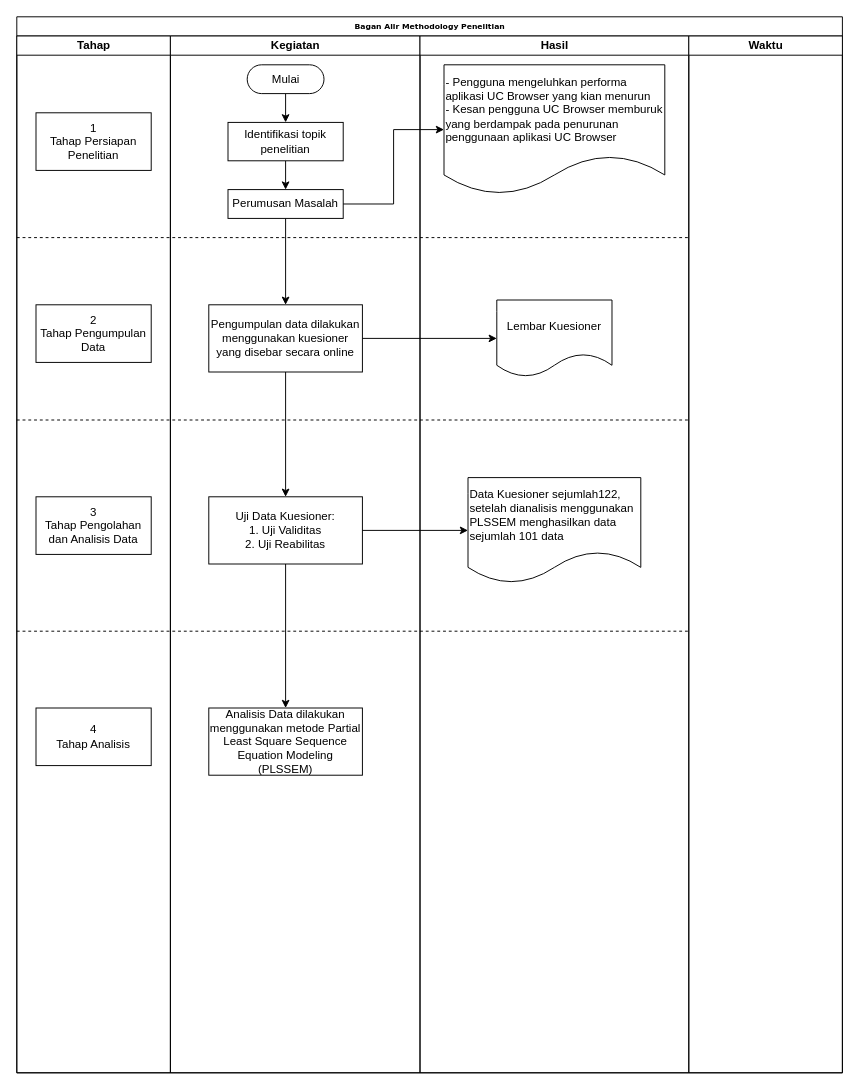
Before: Methodology Penelitian/Untitled Diagram.drawio in dikako/Kuliah, a draw.io diagram. Source tidied: cells renumbered, new cells numbered last; positions are measured from the earlier drawing's top-left corner, leaving out a move shared by most shapes. Both pictures are drawn from the tidied source at 96%, with x=0, y=0 at pixel (16, 16).
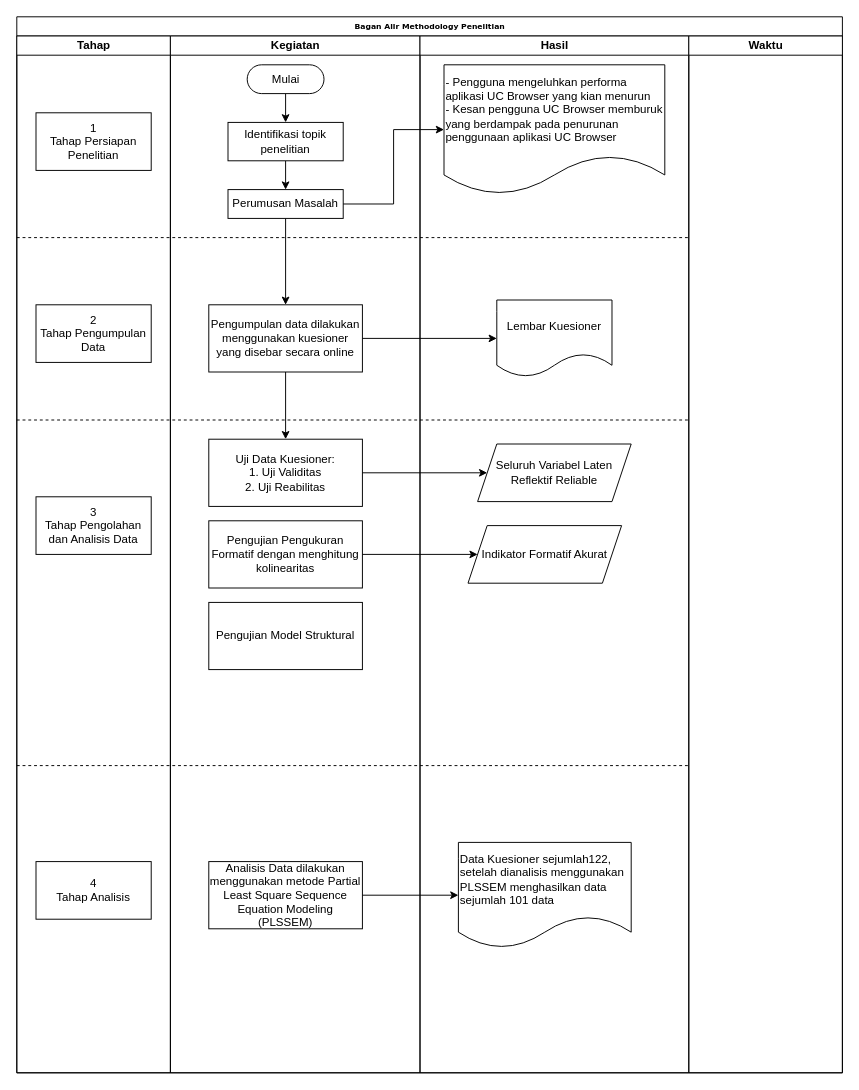
After the change.

Unchanged cells that the change refers to:
```xml
<mxCell id="2" value="Bagan Alir Methodology Penelitian" style="swimlane;html=1;startSize=20;rounded=0;shadow=0;labelBackgroundColor=none;strokeWidth=1;fontFamily=Verdana;fontSize=8;align=center;" parent="1" vertex="1">
  <mxGeometry width="860" height="1100" as="geometry" />
</mxCell>
<mxCell id="3" value="Tahap" style="swimlane;html=1;startSize=20;" parent="2" vertex="1">
  <mxGeometry y="20" width="160" height="1080" as="geometry" />
</mxCell>
<mxCell id="8" value="Kegiatan" style="swimlane;html=1;startSize=20;" parent="2" vertex="1">
  <mxGeometry x="160" y="20" width="260" height="1080" as="geometry" />
</mxCell>
<mxCell id="22" value="Hasil" style="swimlane;html=1;startSize=20;" parent="2" vertex="1">
  <mxGeometry x="420" y="20" width="280" height="1080" as="geometry" />
</mxCell>
```

The edit, as a diff of the source:
```diff
@@
     <mxCell id="7" value="4&lt;br&gt;Tahap Analisis" style="rounded=0;whiteSpace=wrap;html=1;" parent="3" vertex="1">
-      <mxGeometry x="20" y="700" width="120" height="60" as="geometry" />
+      <mxGeometry x="20" y="860" width="120" height="60" as="geometry" />
     </mxCell>
@@
     <mxCell id="18" value="Analisis Data dilakukan menggunakan metode Partial Least Square Sequence Equation Modeling (PLSSEM)" style="rounded=0;whiteSpace=wrap;html=1;" parent="8" vertex="1">
-      <mxGeometry x="40" y="700" width="160" height="70" as="geometry" />
+      <mxGeometry x="40" y="860" width="160" height="70" as="geometry" />
     </mxCell>
     <mxCell id="19" style="endArrow=none;dashed=1;html=1;" parent="8" edge="1">
       <mxGeometry relative="1" as="geometry">
-        <mxPoint x="-160" y="620" as="sourcePoint" />
-        <mxPoint x="540" y="620" as="targetPoint" />
+        <mxPoint x="-160" y="760" as="sourcePoint" />
+        <mxPoint x="540" y="760" as="targetPoint" />
       </mxGeometry>
     </mxCell>
-    <mxCell id="20" style="edgeStyle=orthogonalEdgeStyle;rounded=0;jettySize=auto;html=1;exitX=0.5;exitY=1;exitDx=0;exitDy=0;entryX=0.5;entryY=0;entryDx=0;entryDy=0;" parent="8" edge="1" source="21" target="18">
-      <mxGeometry relative="1" as="geometry" />
-    </mxCell>
     <mxCell id="21" value="Uji Data Kuesioner:&lt;br&gt;1. Uji Validitas&lt;br&gt;2. Uji Reabilitas" style="rounded=0;whiteSpace=wrap;html=1;" parent="8" vertex="1">
-      <mxGeometry x="40" y="480" width="160" height="70" as="geometry" />
+      <mxGeometry x="40" y="420" width="160" height="70" as="geometry" />
     </mxCell>
+    <mxCell id="31" value="Pengujian Pengukuran Formatif dengan menghitung kolinearitas" style="rounded=0;whiteSpace=wrap;html=1;" parent="8" vertex="1">
+      <mxGeometry x="40" y="505" width="160" height="70" as="geometry" />
+    </mxCell>
+    <mxCell id="32" value="Pengujian Model Struktural" style="rounded=0;whiteSpace=wrap;html=1;" parent="8" vertex="1">
+      <mxGeometry x="40" y="590" width="160" height="70" as="geometry" />
+    </mxCell>
+    <mxCell id="33" style="edgeStyle=orthogonalEdgeStyle;rounded=0;jettySize=auto;html=1;exitX=1;exitY=0.5;exitDx=0;exitDy=0;entryX=0;entryY=0.5;entryDx=0;entryDy=0;" parent="2" edge="1" source="18" target="25">
+      <mxGeometry relative="1" as="geometry" />
+    </mxCell>
@@
     <mxCell id="25" value="Data Kuesioner sejumlah122, setelah dianalisis menggunakan PLSSEM menghasilkan data sejumlah 101 data" style="shape=document;whiteSpace=wrap;html=1;boundedLbl=1;align=left;" parent="22" vertex="1">
-      <mxGeometry x="50" y="460" width="180" height="110" as="geometry" />
+      <mxGeometry x="40" y="840" width="180" height="110" as="geometry" />
     </mxCell>
+    <mxCell id="34" value="Seluruh Variabel Laten Reflektif Reliable" style="shape=parallelogram;perimeter=parallelogramPerimeter;whiteSpace=wrap;html=1;fixedSize=1;" parent="22" vertex="1">
+      <mxGeometry x="60" y="425" width="160" height="60" as="geometry" />
+    </mxCell>
+    <mxCell id="35" value="Indikator Formatif Akurat" style="shape=parallelogram;perimeter=parallelogramPerimeter;whiteSpace=wrap;html=1;fixedSize=1;" parent="22" vertex="1">
+      <mxGeometry x="50" y="510" width="160" height="60" as="geometry" />
+    </mxCell>
@@
-    <mxCell id="29" style="edgeStyle=orthogonalEdgeStyle;rounded=0;jettySize=auto;html=1;exitX=1;exitY=0.5;exitDx=0;exitDy=0;entryX=0;entryY=0.5;entryDx=0;entryDy=0;" parent="2" edge="1" source="21" target="25">
-      <mxGeometry relative="1" as="geometry" />
-    </mxCell>
+    <mxCell id="36" style="edgeStyle=orthogonalEdgeStyle;rounded=0;jettySize=auto;html=1;exitX=1;exitY=0.5;exitDx=0;exitDy=0;entryX=0;entryY=0.5;entryDx=0;entryDy=0;" parent="2" edge="1" source="21" target="34">
+      <mxGeometry relative="1" as="geometry" />
+    </mxCell>
+    <mxCell id="37" style="edgeStyle=orthogonalEdgeStyle;rounded=0;jettySize=auto;html=1;exitX=1;exitY=0.5;exitDx=0;exitDy=0;entryX=0;entryY=0.5;entryDx=0;entryDy=0;" parent="2" edge="1" source="31" target="35">
+      <mxGeometry relative="1" as="geometry" />
+    </mxCell>
```
